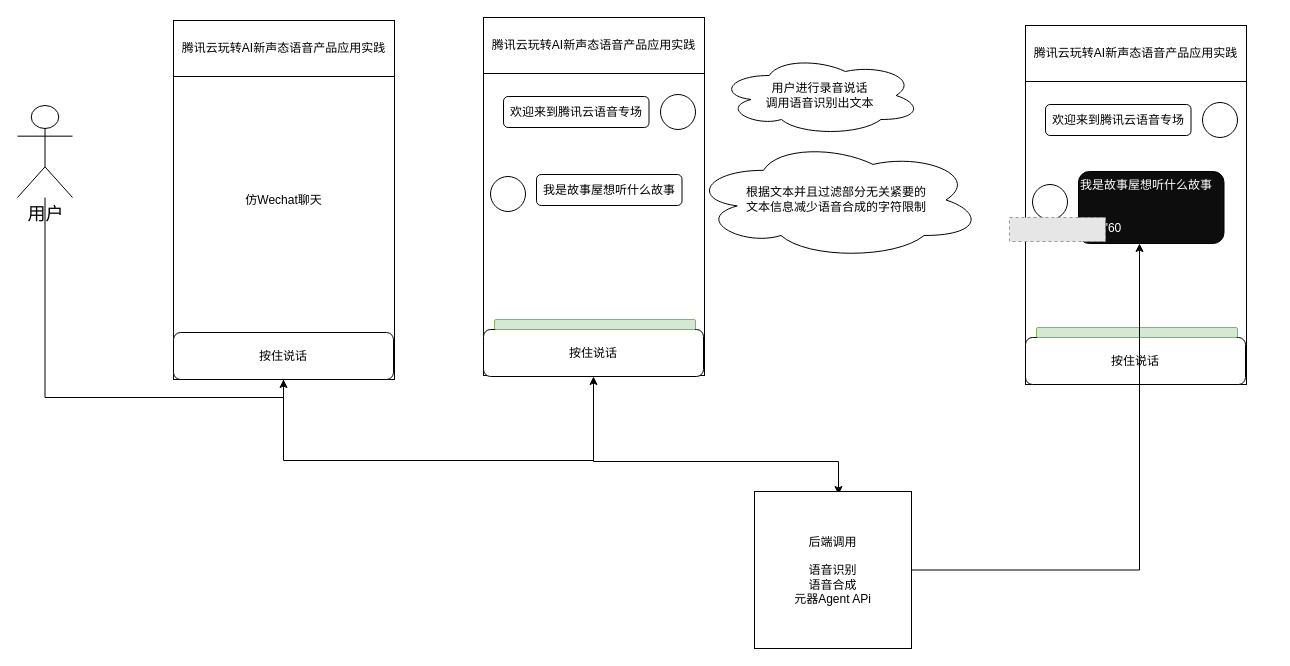
yangbuyiya/yangbuyi-blog-images keeps this draw.io diagram as 玩转AI语音智能体.drawio. Above is the earlier version. Source tidied: cells renumbered, new cells numbered last; positions are measured from the earlier drawing's top-left corner, leaving out a move shared by most shapes. Both pictures are drawn from the tidied source at 100%, with x=0, y=0 at pixel (17, 17). Pictures stored in the file or linked from it are replaced by grey dashed boxes.
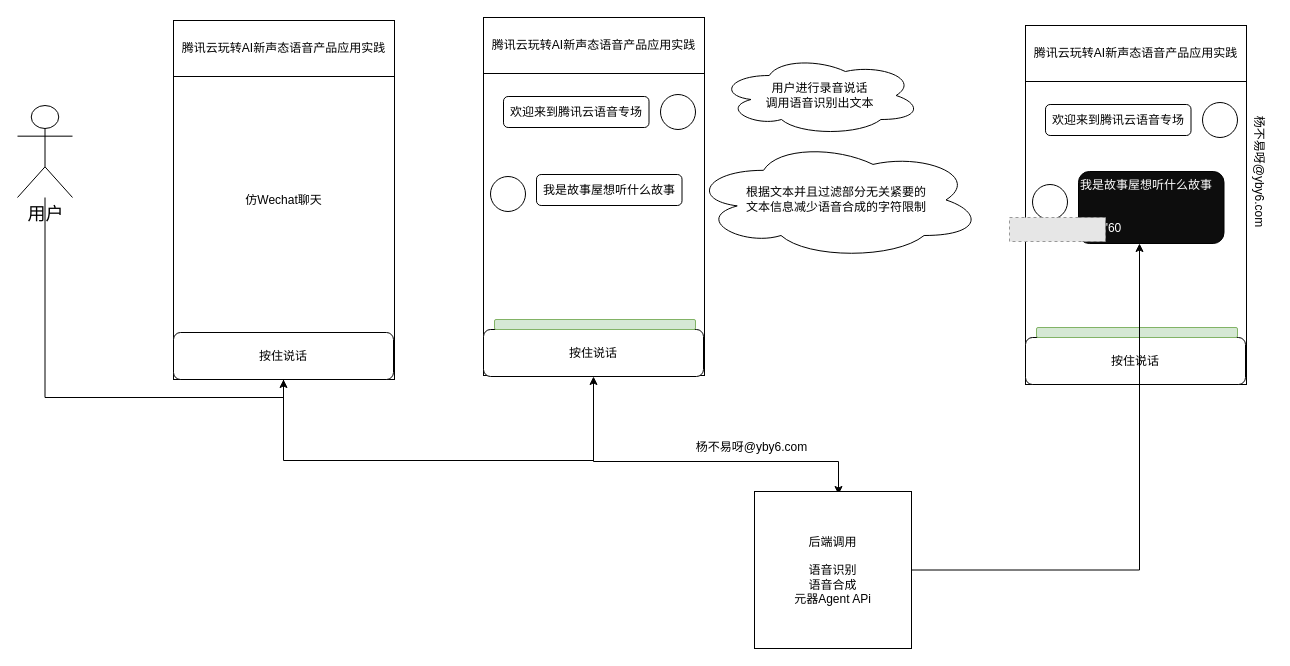
Above is the later version.

Commit message:
更新玩转AI语音智能体.drawio

The edit, as a diff of the source:
```diff
@@
+    <mxCell id="30" value="杨不易呀@yby6.com" style="text;html=1;align=center;verticalAlign=middle;strokeColor=none;fillColor=none;" parent="1" vertex="1">
+      <mxGeometry x="669" y="417" width="130" height="26" as="geometry" />
+    </mxCell>
+    <mxCell id="31" value="杨不易呀@yby6.com" style="text;html=1;align=center;verticalAlign=middle;strokeColor=none;fillColor=none;rotation=90;" parent="1" vertex="1">
+      <mxGeometry x="1177" y="141" width="130" height="26" as="geometry" />
+    </mxCell>
```
